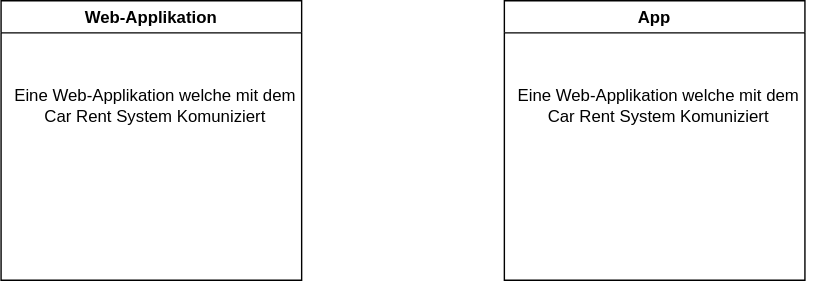
Above: docs/images/container-diagram.drawio.svg in ragi96/CarRent (draw.io), before the change. Source tidied: cells renumbered, new cells last; positions are measured from the earlier drawing's top-left corner, leaving out a move shared by most shapes. Source of this version:
```xml
<mxGraphModel>
  <root>
    <mxCell id="0" />
    <mxCell id="1" parent="0" />
    <mxCell id="2" value="Web-Applikation" style="swimlane;" parent="1" vertex="1">
      <mxGeometry width="215" height="200" as="geometry" />
    </mxCell>
    <mxCell id="3" value="Eine Web-Applikation welche mit dem&amp;nbsp;&lt;br&gt;Car Rent System Komuniziert" style="text;html=1;align=center;verticalAlign=middle;strokeColor=none;" parent="2" vertex="1">
      <mxGeometry y="60" width="220" height="30" as="geometry" />
    </mxCell>
    <mxCell id="4" value="App " style="swimlane;" parent="1" vertex="1">
      <mxGeometry x="360" width="215" height="200" as="geometry" />
    </mxCell>
    <mxCell id="5" value="Eine Web-Applikation welche mit dem&amp;nbsp;&lt;br&gt;Car Rent System Komuniziert" style="text;html=1;align=center;verticalAlign=middle;strokeColor=none;" parent="4" vertex="1">
      <mxGeometry y="60" width="220" height="30" as="geometry" />
    </mxCell>
  </root>
</mxGraphModel>
```
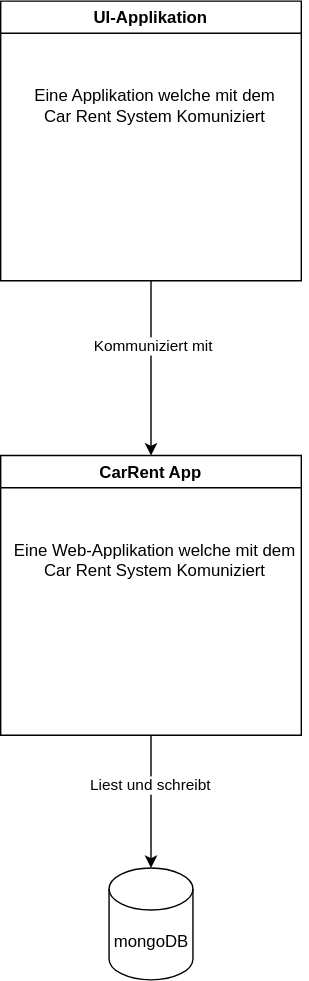
After the commit.

What changed in the source:
```diff
@@ -2,17 +2,32 @@
   <root>
     <mxCell id="0" />
     <mxCell id="1" parent="0" />
+    <mxCell id="6" style="edgeStyle=orthogonalEdgeStyle;rounded=0;jettySize=auto;html=1;exitX=0.5;exitY=1;exitDx=0;exitDy=0;" parent="1" edge="1" source="2" target="4">
+      <mxGeometry relative="1" as="geometry" />
+    </mxCell>
+    <mxCell id="7" value="Kommuniziert mit&amp;nbsp;" style="edgeLabel;html=1;align=center;verticalAlign=middle;" parent="6" vertex="1">
+      <mxGeometry x="-0.26" y="1" relative="1" as="geometry" />
+    </mxCell>
-    <mxCell id="2" value="Web-Applikation" style="swimlane;" parent="1" vertex="1">
-      <mxGeometry width="215" height="200" as="geometry" />
+    <mxCell id="2" value="UI-Applikation" style="swimlane;" parent="1" vertex="1">
+      <mxGeometry x="170" y="-20" width="215" height="200" as="geometry" />
     </mxCell>
-    <mxCell id="3" value="Eine Web-Applikation welche mit dem&amp;nbsp;&lt;br&gt;Car Rent System Komuniziert" style="text;html=1;align=center;verticalAlign=middle;strokeColor=none;" parent="2" vertex="1">
-      <mxGeometry y="60" width="220" height="30" as="geometry" />
+    <mxCell id="3" value="Eine Applikation welche mit dem&amp;nbsp;&lt;br&gt;Car Rent System Komuniziert" style="text;html=1;align=center;verticalAlign=middle;strokeColor=none;" parent="2" vertex="1">
+      <mxGeometry x="15" y="60" width="190" height="30" as="geometry" />
     </mxCell>
+    <mxCell id="8" style="edgeStyle=orthogonalEdgeStyle;rounded=0;jettySize=auto;html=1;exitX=0.5;exitY=1;exitDx=0;exitDy=0;" parent="1" edge="1" source="4" target="10">
+      <mxGeometry relative="1" as="geometry" />
+    </mxCell>
+    <mxCell id="9" value="Liest und schreibt" style="edgeLabel;html=1;align=center;verticalAlign=middle;" parent="8" vertex="1">
+      <mxGeometry x="-0.26" y="-1" relative="1" as="geometry" />
+    </mxCell>
-    <mxCell id="4" value="App " style="swimlane;" parent="1" vertex="1">
-      <mxGeometry x="360" width="215" height="200" as="geometry" />
+    <mxCell id="4" value="CarRent App " style="swimlane;startSize=23;" parent="1" vertex="1">
+      <mxGeometry x="170" y="305" width="215" height="200" as="geometry" />
     </mxCell>
     <mxCell id="5" value="Eine Web-Applikation welche mit dem&amp;nbsp;&lt;br&gt;Car Rent System Komuniziert" style="text;html=1;align=center;verticalAlign=middle;strokeColor=none;" parent="4" vertex="1">
       <mxGeometry y="60" width="220" height="30" as="geometry" />
     </mxCell>
+    <mxCell id="10" value="mongoDB" style="shape=cylinder3;whiteSpace=wrap;html=1;boundedLbl=1;backgroundOutline=1;size=15;" parent="1" vertex="1">
+      <mxGeometry x="247.5" y="600" width="60" height="80" as="geometry" />
+    </mxCell>
   </root>
 </mxGraphModel>
```
